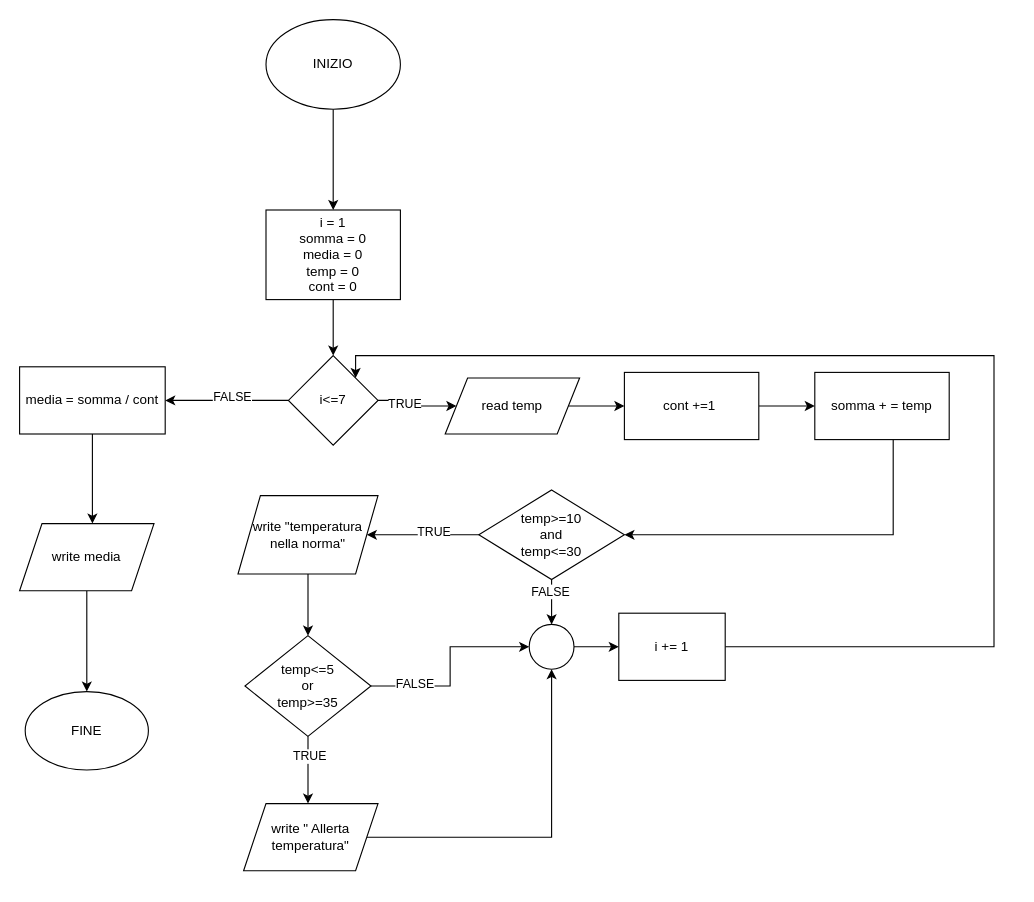
Earlier version of the draw.io diagram lezione_3/ese17.drawio (mattiaferra/ITS.py). Source tidied: cells renumbered, new cells numbered last; positions are measured from the earlier drawing's top-left corner, leaving out a move shared by most shapes. Both pictures are drawn from the tidied source at 112%, with x=0, y=0 at pixel (19, 19).
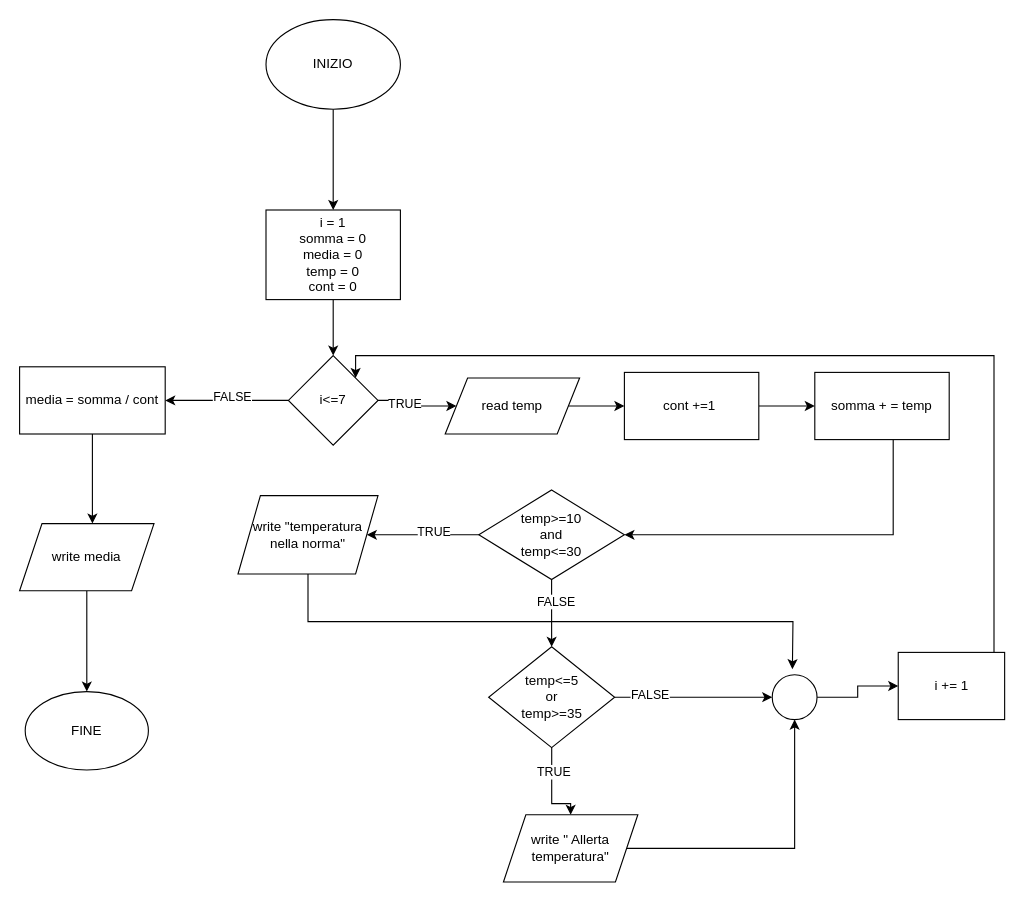
After the change.

The change refers to these unchanged cells:
```xml
<mxCell id="12" value="i&amp;lt;=7" style="rhombus;whiteSpace=wrap;html=1;" parent="1" vertex="1">
  <mxGeometry x="240" y="300" width="80" height="80" as="geometry" />
</mxCell>
<mxCell id="26" value="temp&amp;gt;=10&lt;div&gt;and&lt;/div&gt;&lt;div&gt;temp&amp;lt;=30&lt;/div&gt;" style="rhombus;whiteSpace=wrap;html=1;" parent="1" vertex="1">
  <mxGeometry x="410" y="420" width="130" height="80" as="geometry" />
</mxCell>
<mxCell id="28" value="write &quot;temperatura nella norma&quot;" style="shape=parallelogram;perimeter=parallelogramPerimeter;whiteSpace=wrap;html=1;fixedSize=1;" parent="1" vertex="1">
  <mxGeometry x="195" y="425" width="125" height="70" as="geometry" />
</mxCell>
```

What changed in the source:
```diff
@@
-    <mxCell id="24" style="edgeStyle=orthogonalEdgeStyle;rounded=0;jettySize=auto;html=1;exitX=0.5;exitY=1;exitDx=0;exitDy=0;" parent="1" edge="1" source="26" target="30">
-      <mxGeometry relative="1" as="geometry" />
-    </mxCell>
+    <mxCell id="40" style="edgeStyle=orthogonalEdgeStyle;rounded=0;jettySize=auto;html=1;entryX=0.5;entryY=0;entryDx=0;entryDy=0;" parent="1" edge="1" source="26" target="35">
+      <mxGeometry relative="1" as="geometry" />
+    </mxCell>
-    <mxCell id="25" value="FALSE" style="edgeLabel;html=1;align=center;verticalAlign=middle;" parent="24" vertex="1">
-      <mxGeometry x="-0.49" y="-2" relative="1" as="geometry" />
+    <mxCell id="25" value="FALSE" style="edgeLabel;html=1;align=center;verticalAlign=middle;" parent="40" vertex="1">
+      <mxGeometry x="-0.38" y="3" relative="1" as="geometry" />
     </mxCell>
@@
-    <mxCell id="27" style="edgeStyle=orthogonalEdgeStyle;rounded=0;jettySize=auto;html=1;" parent="1" edge="1" source="28" target="35">
-      <mxGeometry relative="1" as="geometry" />
-    </mxCell>
+    <mxCell id="41" style="edgeStyle=orthogonalEdgeStyle;rounded=0;jettySize=auto;html=1;exitX=0.5;exitY=1;exitDx=0;exitDy=0;" parent="1" edge="1" source="28">
+      <mxGeometry relative="1" as="geometry">
+        <mxPoint x="690" y="580" as="targetPoint" />
+      </mxGeometry>
+    </mxCell>
@@
     <mxCell id="30" style="ellipse;whiteSpace=wrap;html=1;" parent="1" vertex="1">
-      <mxGeometry x="455" y="540" width="40" height="40" as="geometry" />
+      <mxGeometry x="672" y="585" width="40" height="40" as="geometry" />
     </mxCell>
-    <mxCell id="31" style="edgeStyle=orthogonalEdgeStyle;rounded=0;jettySize=auto;html=1;" parent="1" edge="1" source="35">
+    <mxCell id="31" style="edgeStyle=orthogonalEdgeStyle;rounded=0;jettySize=auto;html=1;" parent="1" edge="1" source="35" target="37">
       <mxGeometry relative="1" as="geometry">
-        <mxPoint x="257.5" y="700" as="targetPoint" />
+        <Array as="points">
+          <mxPoint x="475" y="700" />
+          <mxPoint x="492" y="700" />
+        </Array>
       </mxGeometry>
     </mxCell>
@@
     <mxCell id="35" value="temp&amp;lt;=5&lt;div&gt;or&lt;/div&gt;&lt;div&gt;temp&amp;gt;=35&lt;/div&gt;" style="rhombus;whiteSpace=wrap;html=1;" parent="1" vertex="1">
-      <mxGeometry x="201.2" y="550" width="112.5" height="90" as="geometry" />
+      <mxGeometry x="418.8" y="560" width="112.5" height="90" as="geometry" />
     </mxCell>
@@
     <mxCell id="37" value="write &quot; Allerta temperatura&quot;" style="shape=parallelogram;perimeter=parallelogramPerimeter;whiteSpace=wrap;html=1;fixedSize=1;" parent="1" vertex="1">
-      <mxGeometry x="200" y="700" width="120" height="60" as="geometry" />
+      <mxGeometry x="432" y="710" width="120" height="60" as="geometry" />
     </mxCell>
     <mxCell id="38" style="edgeStyle=orthogonalEdgeStyle;rounded=0;jettySize=auto;html=1;exitX=1;exitY=0.5;exitDx=0;exitDy=0;entryX=1;entryY=0;entryDx=0;entryDy=0;" parent="1" edge="1" source="39" target="12">
       <mxGeometry relative="1" as="geometry">
         <Array as="points">
-          <mxPoint x="870" y="560" />
+          <mxPoint x="870" y="595" />
           <mxPoint x="870" y="300" />
           <mxPoint x="300" y="300" />
         </Array>
       </mxGeometry>
     </mxCell>
     <mxCell id="39" value="i += 1" style="whiteSpace=wrap;html=1;" parent="1" vertex="1">
-      <mxGeometry x="535" y="530" width="95" height="60" as="geometry" />
+      <mxGeometry x="784.5" y="565" width="95" height="60" as="geometry" />
     </mxCell>
```
